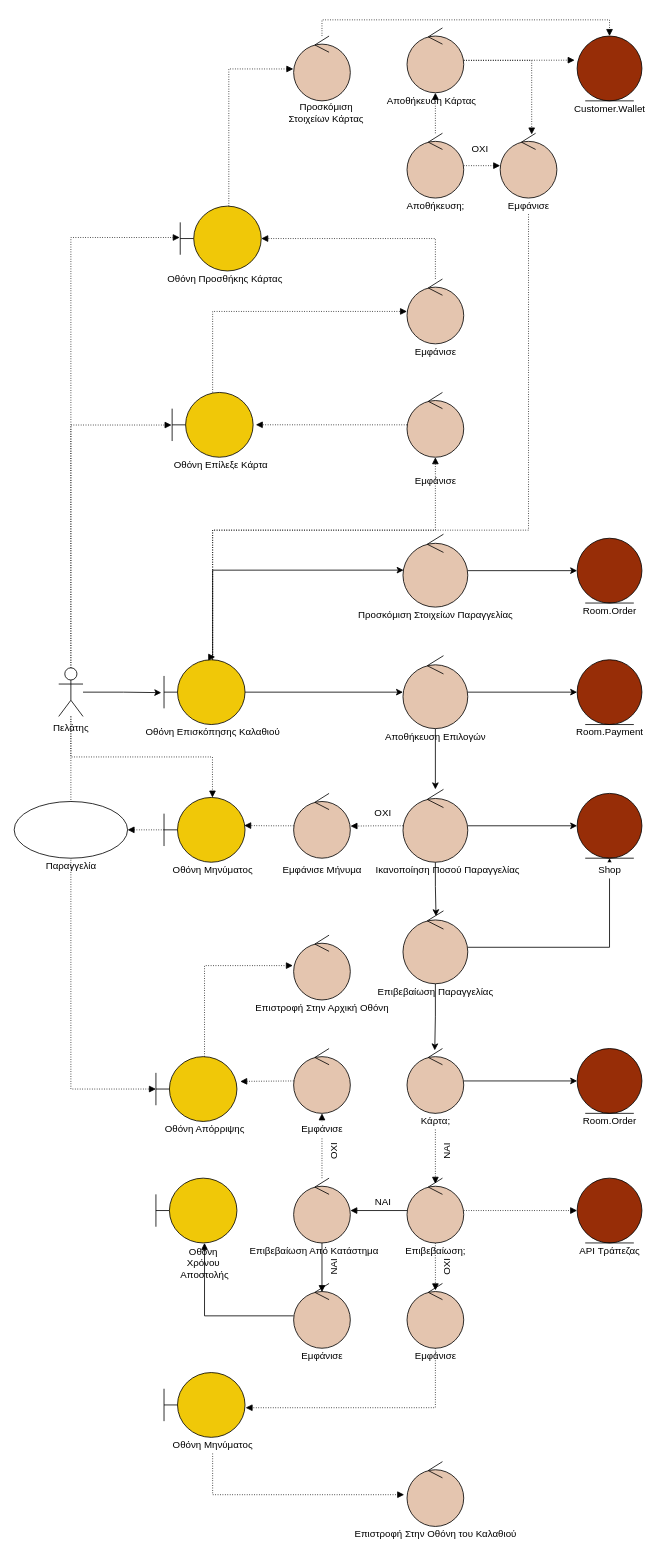
iloudaros/nomnomr keeps this draw.io diagram as docs/contributions/Kout-ou/Phase 5/order_payment.drawio. Above is the earlier version. Source tidied: cells renumbered, new cells numbered last; positions are measured from the earlier drawing's top-left corner, leaving out a move shared by most shapes. Both pictures are drawn from the tidied source at 81%, with x=0, y=0 at pixel (14, 19).
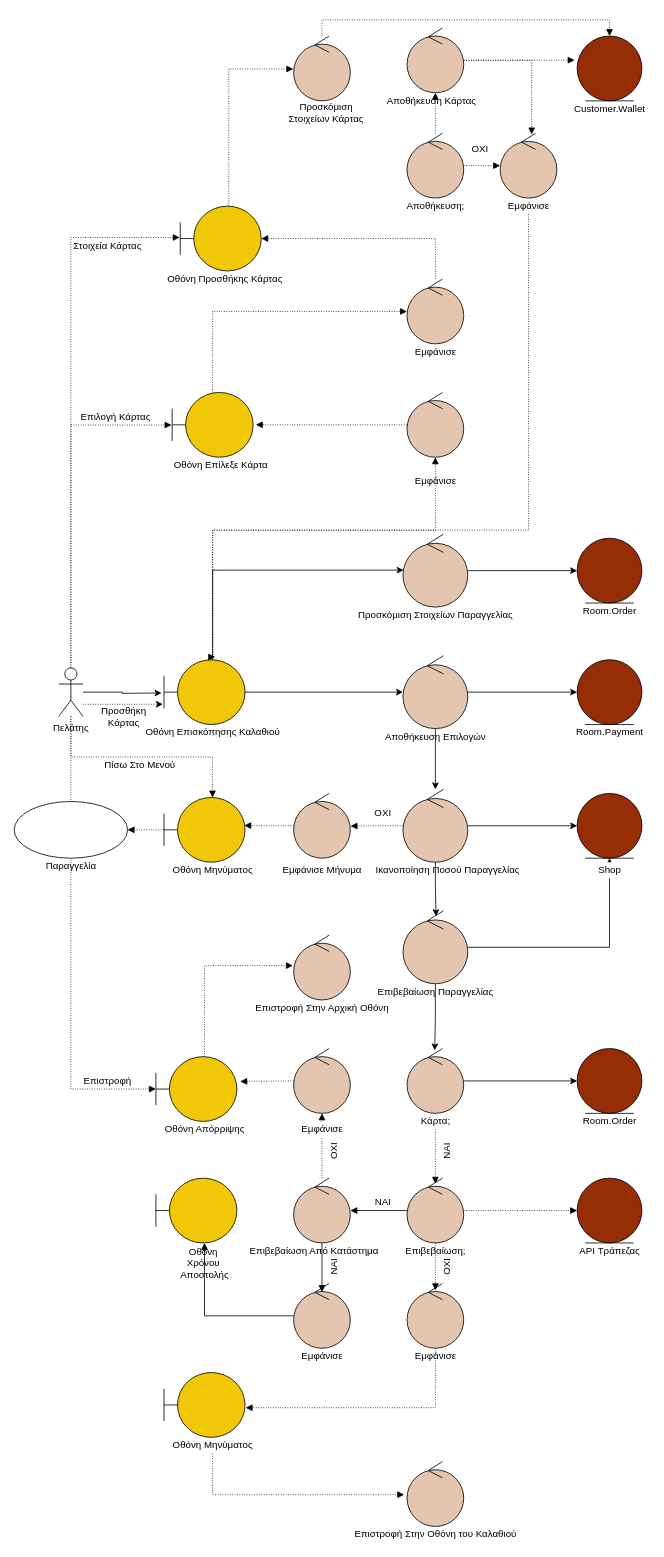
The same diagram, later.

Commit message:
Updated Order Payment Robustness

Unchanged cells that the change refers to:
```xml
<mxCell id="8" value="Πελάτης" style="shape=umlActor;verticalLabelPosition=bottom;verticalAlign=top;html=1;" parent="1" vertex="1">
  <mxGeometry x="55" y="800" width="30" height="60" as="geometry" />
</mxCell>
<mxCell id="12" style="shape=umlBoundary;whiteSpace=wrap;html=1;fillColor=#F0C808;" parent="1" vertex="1">
  <mxGeometry x="185" y="790" width="100" height="80" as="geometry" />
</mxCell>
```

The edit, as a diff of the source:
```diff
@@
-    <mxCell id="3" style="edgeStyle=orthogonalEdgeStyle;rounded=0;jettySize=auto;html=1;entryX=-0.034;entryY=0.508;entryDx=0;entryDy=0;entryPerimeter=0;" parent="1" edge="1" source="8" target="12">
-      <mxGeometry relative="1" as="geometry" />
+    <mxCell id="3" style="edgeStyle=orthogonalEdgeStyle;rounded=0;jettySize=auto;html=1;" parent="1" edge="1" source="8">
+      <mxGeometry relative="1" as="geometry">
+        <mxPoint x="182" y="831" as="targetPoint" />
+      </mxGeometry>
     </mxCell>
@@
+    <mxCell id="117" style="edgeStyle=orthogonalEdgeStyle;rounded=0;jettySize=auto;html=1;entryX=-0.014;entryY=0.687;entryDx=0;entryDy=0;entryPerimeter=0;dashed=1;dashPattern=1 2;" parent="1" edge="1" source="8" target="12">
+      <mxGeometry relative="1" as="geometry">
+        <Array as="points">
+          <mxPoint x="115" y="845" />
+          <mxPoint x="115" y="845" />
+        </Array>
+      </mxGeometry>
+    </mxCell>
@@
+    <mxCell id="118" value="Πίσω Στο Μενού" style="text;html=1;align=center;verticalAlign=middle;strokeColor=none;fillColor=none;" parent="1" vertex="1">
+      <mxGeometry x="105" y="910" width="100" height="20" as="geometry" />
+    </mxCell>
+    <mxCell id="119" value="Στοιχεία Κάρτας" style="text;html=1;align=center;verticalAlign=middle;strokeColor=none;fillColor=none;" parent="1" vertex="1">
+      <mxGeometry x="65" y="270" width="100" height="20" as="geometry" />
+    </mxCell>
+    <mxCell id="120" value="Επιστροφή" style="text;html=1;align=center;verticalAlign=middle;strokeColor=none;fillColor=none;" parent="1" vertex="1">
+      <mxGeometry x="80" y="1300" width="70" height="20" as="geometry" />
+    </mxCell>
+    <mxCell id="121" value="Προσθήκη&lt;br&gt;Κάρτας" style="text;html=1;align=center;verticalAlign=middle;strokeColor=none;fillColor=none;" parent="1" vertex="1">
+      <mxGeometry x="100" y="845" width="70" height="30" as="geometry" />
+    </mxCell>
+    <mxCell id="122" value="Επιλογή Κάρτας" style="text;html=1;align=center;verticalAlign=middle;strokeColor=none;fillColor=none;" parent="1" vertex="1">
+      <mxGeometry x="75" y="480" width="100" height="20" as="geometry" />
+    </mxCell>
```
